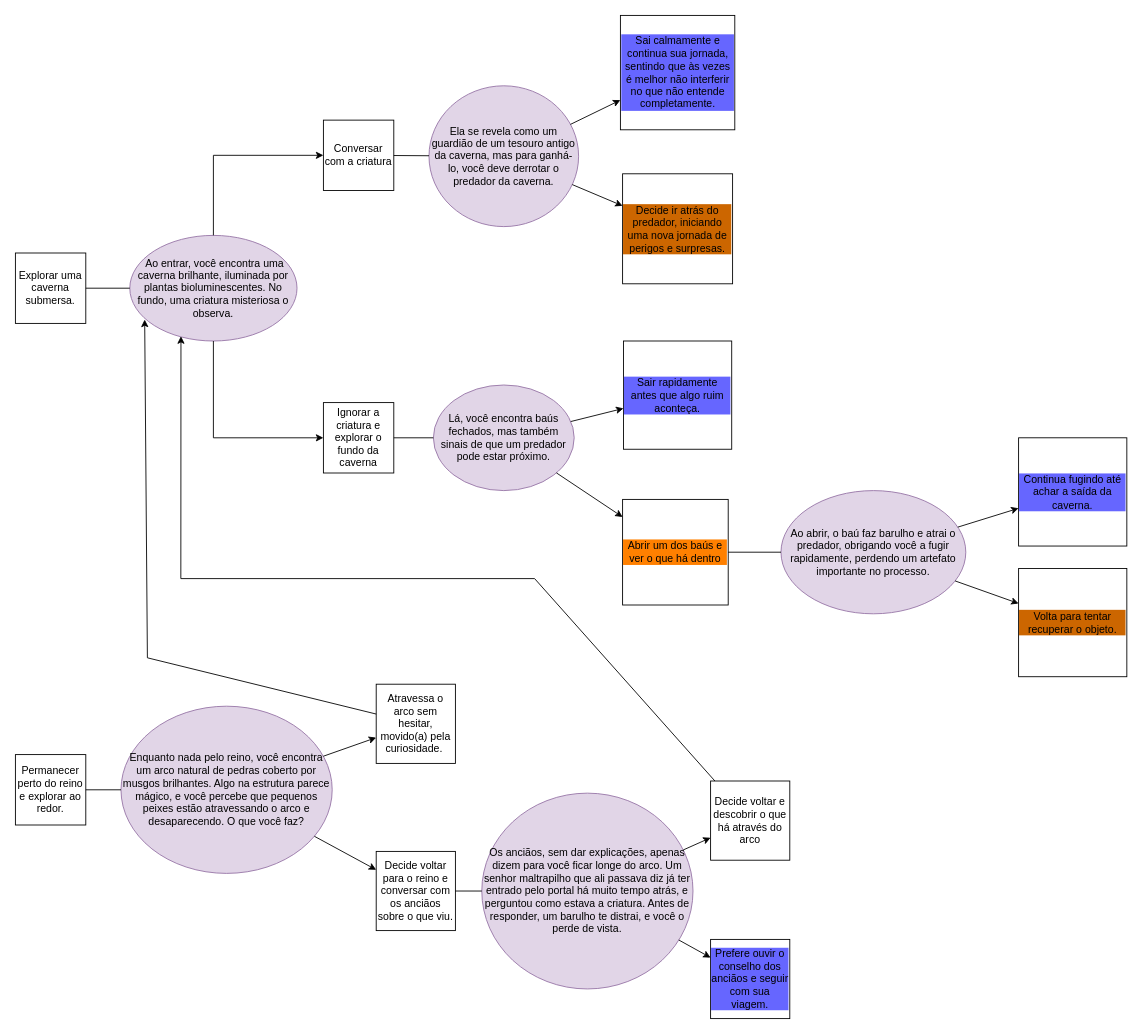
Above: SeaShellHeart_Quiz.drawio in shell-y/SeaShell (draw.io), before the change. Source tidied: cells renumbered, new cells numbered last; positions are measured from the earlier drawing's top-left corner, leaving out a move shared by most shapes. Both pictures are drawn from the tidied source at 88%, with x=0, y=0 at pixel (15, 15).
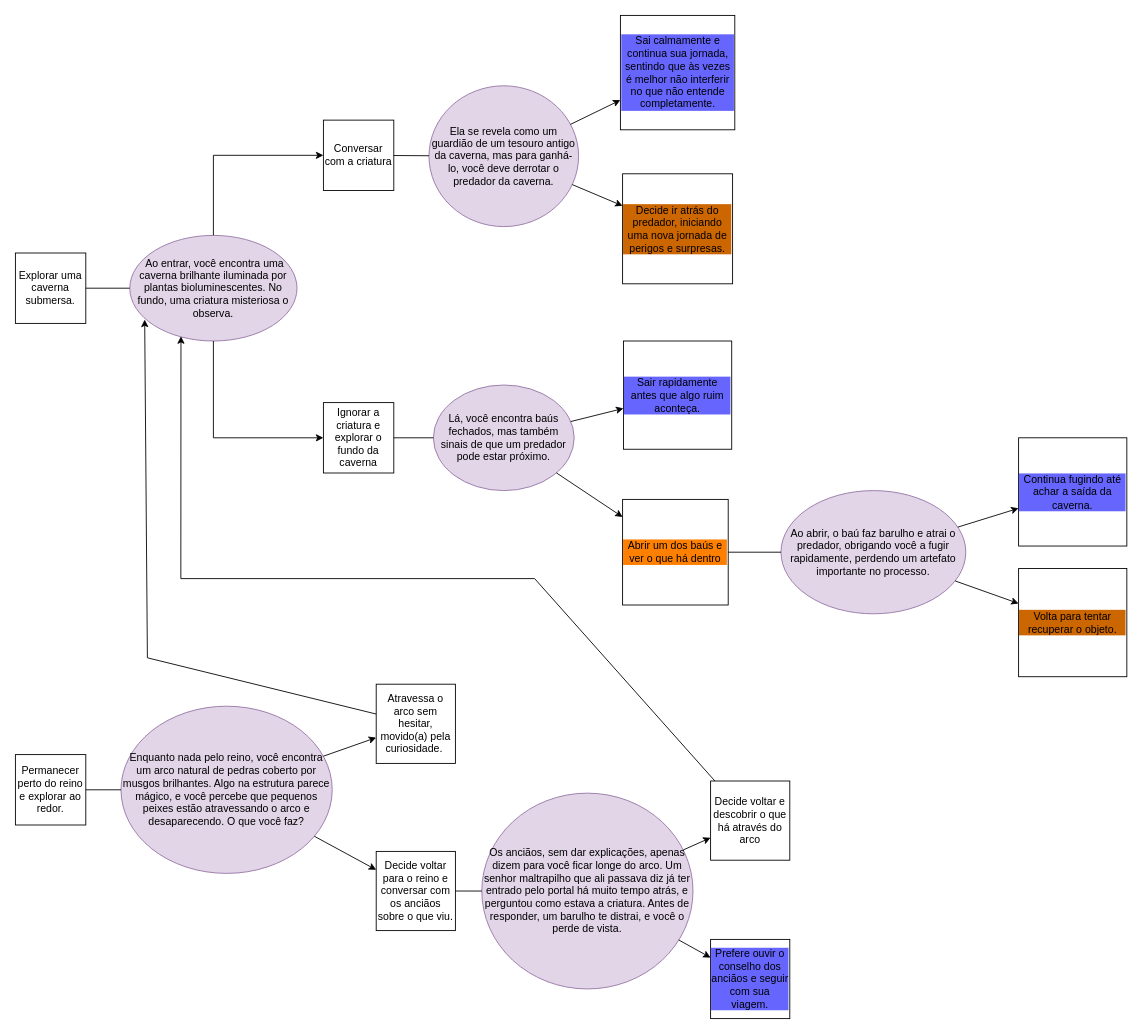
After the change.

The edit, as a diff of the source:
```diff
@@
-    <mxCell id="4" value="&amp;nbsp;Ao entrar, você encontra uma caverna brilhante, iluminada por plantas bioluminescentes. No fundo, uma criatura misteriosa o observa." style="ellipse;whiteSpace=wrap;html=1;fillColor=#e1d5e7;strokeColor=#9673a6;" parent="1" vertex="1">
+    <mxCell id="4" value="&amp;nbsp;Ao entrar, você encontra uma caverna brilhante iluminada por plantas bioluminescentes. No fundo, uma criatura misteriosa o observa." style="ellipse;whiteSpace=wrap;html=1;fillColor=#e1d5e7;strokeColor=#9673a6;" parent="1" vertex="1">
       <mxGeometry x="130" y="250" width="190" height="120" as="geometry" />
     </mxCell>
```
